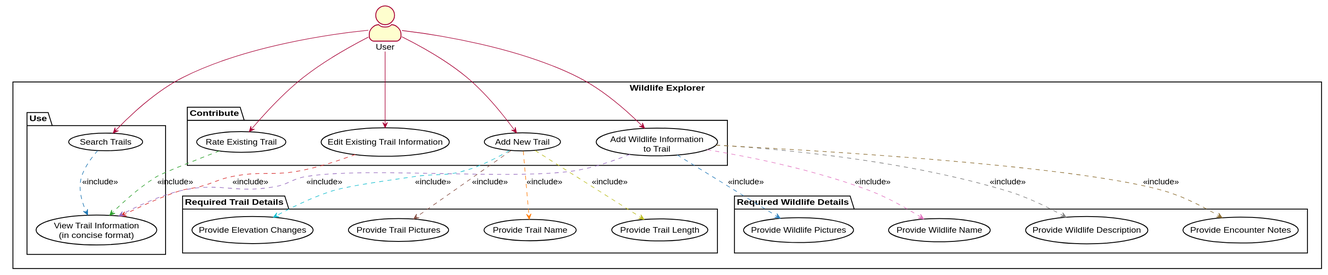
This is uml-diagrams/svg/usecase.svg from milelime/Wildlife-Explorer, a PlantUML export, as it was before one commit.
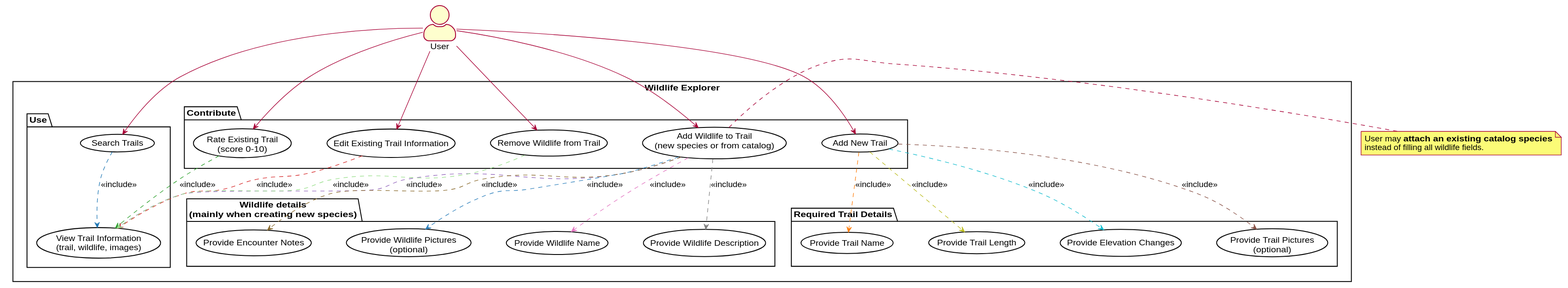
The same diagram one commit later.

Change to the diagram source:
```diff
@@ -23,28 +23,29 @@
 
   package "Use" {
     usecase "Search Trails" as UC_Search
-    usecase "View Trail Information\n(in concise format)" as UC_View
+    usecase "View Trail Information\n(trail, wildlife, images)" as UC_View
   }
 
   package "Contribute" {
     usecase "Add New Trail" as UC_AddTrail
-    usecase "Rate Existing Trail" as UC_RateTrail
+    usecase "Rate Existing Trail\n(score 0-10)" as UC_RateTrail
     usecase "Edit Existing Trail Information" as UC_EditTrail
-    usecase "Add Wildlife Information\nto Trail" as UC_AddWildlife
+    usecase "Add Wildlife to Trail\n(new species or from catalog)" as UC_AddWildlife
+    usecase "Remove Wildlife from Trail" as UC_RemoveWildlife
   }
 
   package "Required Trail Details" {
     usecase "Provide Trail Name" as UC_TrailName
     usecase "Provide Trail Length" as UC_TrailLength
     usecase "Provide Elevation Changes" as UC_Elevation
-    usecase "Provide Trail Pictures" as UC_TrailPictures
+    usecase "Provide Trail Pictures\n(optional)" as UC_TrailPictures
   }
 
-  package "Required Wildlife Details" {
+  package "Wildlife details\n(mainly when creating new species)" {
     usecase "Provide Wildlife Name" as UC_WildlifeName
     usecase "Provide Wildlife Description" as UC_WildlifeDesc
     usecase "Provide Encounter Notes" as UC_EncounterNotes
-    usecase "Provide Wildlife Pictures" as UC_WildlifePictures
+    usecase "Provide Wildlife Pictures\n(optional)" as UC_WildlifePictures
   }
 }
 
@@ -53,11 +54,13 @@
 User --> UC_RateTrail
 User --> UC_EditTrail
 User --> UC_AddWildlife
+User --> UC_RemoveWildlife
 
 UC_Search .[#1f77b4].> UC_View : <<include>>
 UC_RateTrail .[#2ca02c].> UC_View : <<include>>
 UC_EditTrail .[#d62728].> UC_View : <<include>>
 UC_AddWildlife .[#9467bd].> UC_View : <<include>>
+UC_RemoveWildlife .[#98df8a].> UC_View : <<include>>
 
 UC_AddTrail .[#ff7f0e].> UC_TrailName : <<include>>
 UC_AddTrail .[#bcbd22].> UC_TrailLength : <<include>>
@@ -69,4 +72,9 @@
 UC_AddWildlife .[#8c6d31].> UC_EncounterNotes : <<include>>
 UC_AddWildlife .[#3182bd].> UC_WildlifePictures : <<include>>
 
+note right of UC_AddWildlife
+  User may **attach an existing catalog species**
+  instead of filling all wildlife fields.
+end note
+
 @enduml
```
